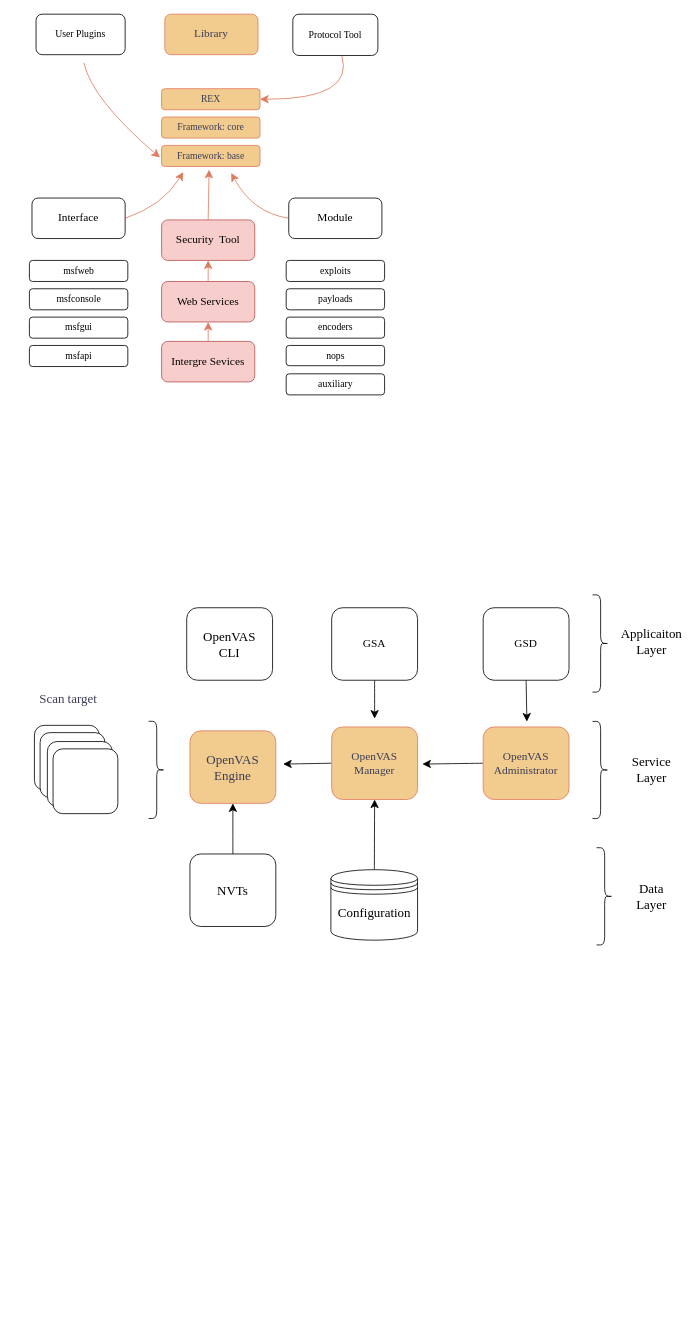
Before: Translation-Penetration.drawio in sunplanter/Paper, a draw.io diagram. Source tidied: cells renumbered, new cells numbered last; positions are measured from the earlier drawing's top-left corner, leaving out a move shared by most shapes. Both pictures are drawn from the tidied source at 81%, with x=0, y=0 at pixel (16, 14).
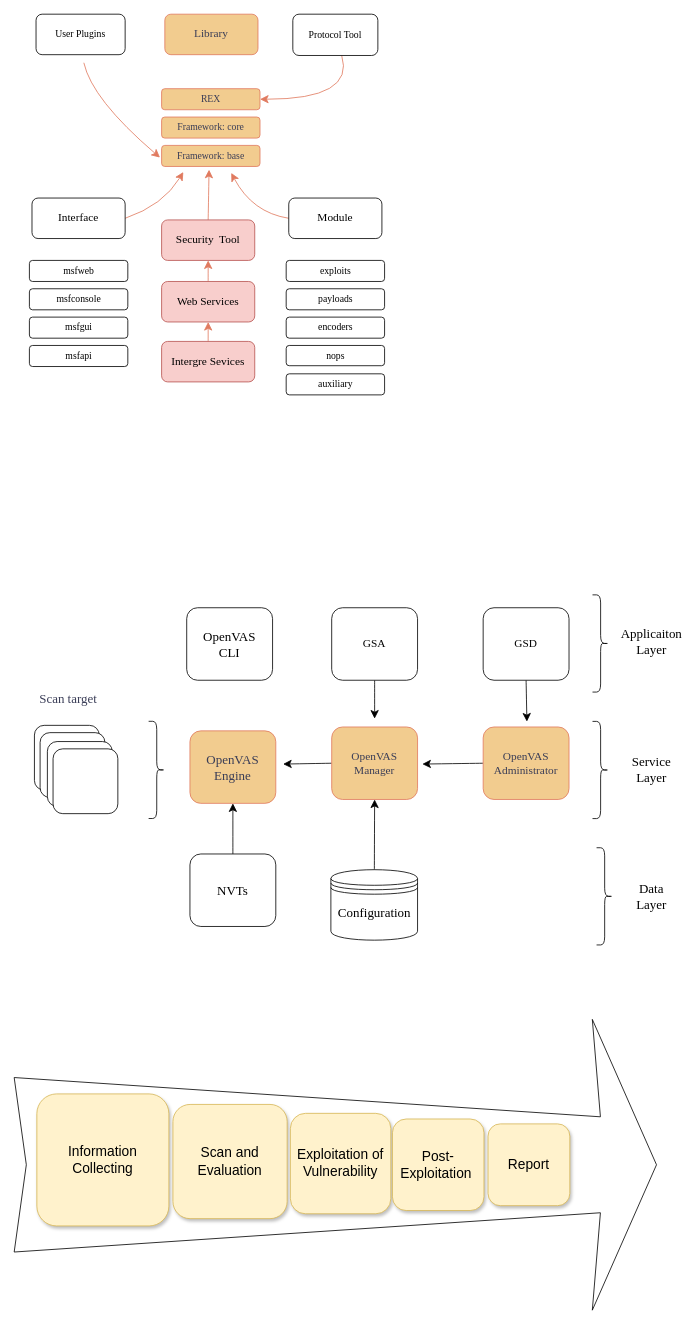
After the change.

Diff of the diagram source:
```diff
@@
+    <mxCell id="56" style="rounded=0;whiteSpace=wrap;html=1;" parent="1" vertex="1">
+      <mxGeometry x="96" y="1383" width="32" height="29" as="geometry" />
+    </mxCell>
+    <mxCell id="57" style="html=1;shadow=0;dashed=0;align=center;verticalAlign=middle;shape=mxgraph.arrows2.stylisedArrow;dy=0.67;dx=69.24;notch=15;feather=0.4;" parent="1" vertex="1">
+      <mxGeometry x="-3" y="1241" width="793" height="359" as="geometry" />
+    </mxCell>
+    <mxCell id="58" value="&lt;font style=&quot;font-size: 17px;&quot;&gt;Information Collecting&lt;/font&gt;" style="whiteSpace=wrap;html=1;fillColor=#fff2cc;strokeColor=#d6b656;rounded=1;glass=0;shadow=1;" parent="1" vertex="1">
+      <mxGeometry x="25" y="1333" width="163" height="163" as="geometry" />
+    </mxCell>
+    <mxCell id="59" value="&lt;font style=&quot;font-size: 17px;&quot;&gt;Scan and&lt;/font&gt;&lt;div&gt;&lt;font style=&quot;font-size: 17px;&quot;&gt;Evaluation&lt;/font&gt;&lt;/div&gt;" style="whiteSpace=wrap;html=1;fillColor=#fff2cc;strokeColor=#d6b656;rounded=1;glass=0;shadow=1;" parent="1" vertex="1">
+      <mxGeometry x="193" y="1346" width="141" height="141" as="geometry" />
+    </mxCell>
+    <mxCell id="60" value="&lt;font style=&quot;font-size: 17px;&quot;&gt;Exploitation of Vulnerability&lt;/font&gt;" style="whiteSpace=wrap;html=1;fillColor=#fff2cc;strokeColor=#d6b656;rounded=1;glass=0;shadow=1;" parent="1" vertex="1">
+      <mxGeometry x="338" y="1357" width="124" height="124" as="geometry" />
+    </mxCell>
+    <mxCell id="61" value="&lt;font style=&quot;font-size: 17px;&quot;&gt;Post-Exploitation&amp;nbsp;&lt;/font&gt;" style="whiteSpace=wrap;html=1;fillColor=#fff2cc;strokeColor=#d6b656;rounded=1;glass=0;shadow=1;" parent="1" vertex="1">
+      <mxGeometry x="464" y="1364" width="113" height="113" as="geometry" />
+    </mxCell>
+    <mxCell id="62" value="&lt;font style=&quot;font-size: 17px;&quot;&gt;Report&lt;/font&gt;" style="whiteSpace=wrap;html=1;fillColor=#fff2cc;strokeColor=#d6b656;rounded=1;glass=0;shadow=1;" parent="1" vertex="1">
+      <mxGeometry x="582" y="1370" width="101" height="101" as="geometry" />
+    </mxCell>
```
